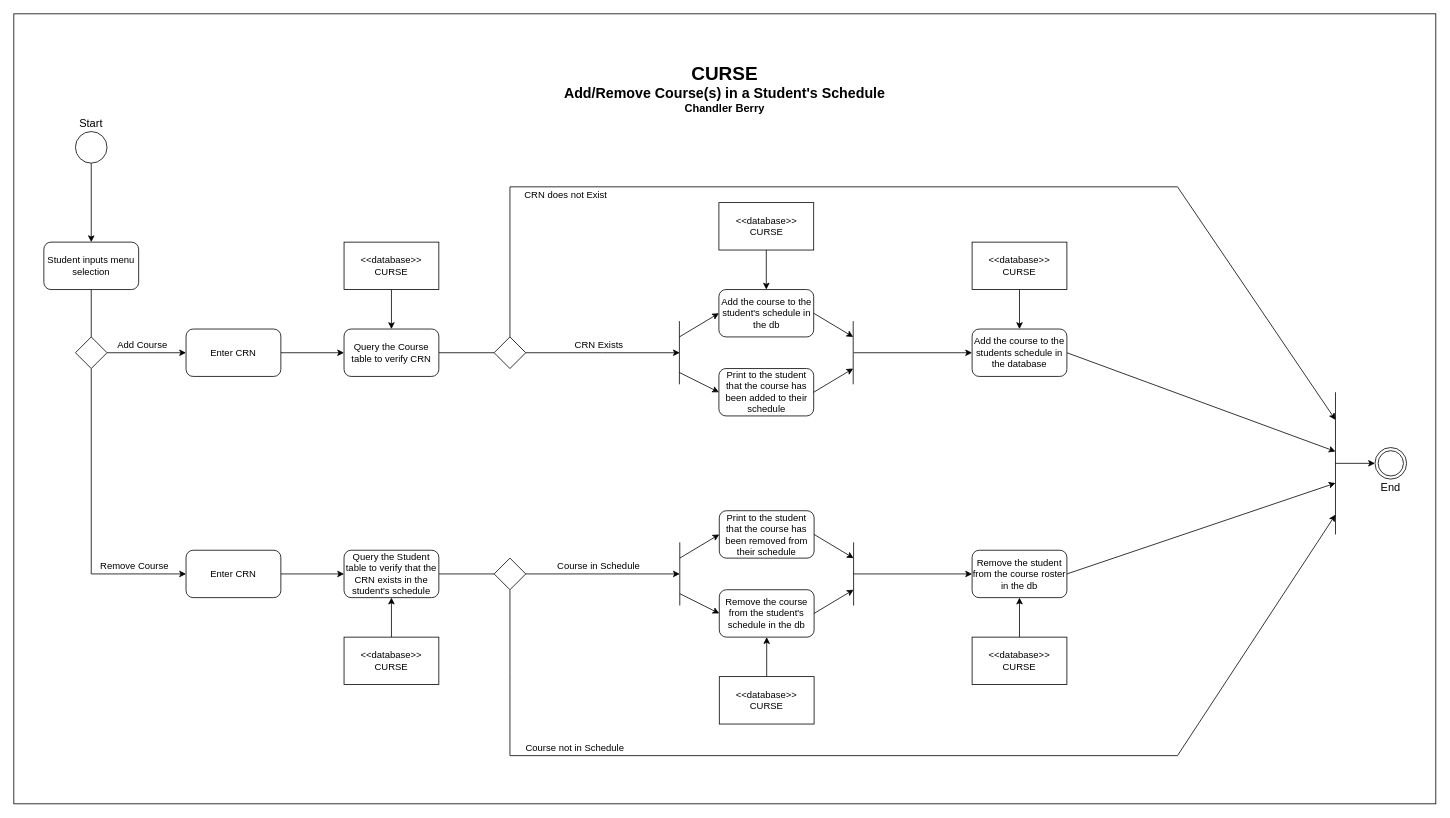
Before: models/AddRmCourse_Student.drawio in chandlerberry/CURSE, a draw.io diagram. Source tidied: cells renumbered, new cells numbered last; positions are measured from the earlier drawing's top-left corner, leaving out a move shared by most shapes. Both pictures are drawn from the tidied source at 79%, with x=0, y=0 at pixel (13, 13).
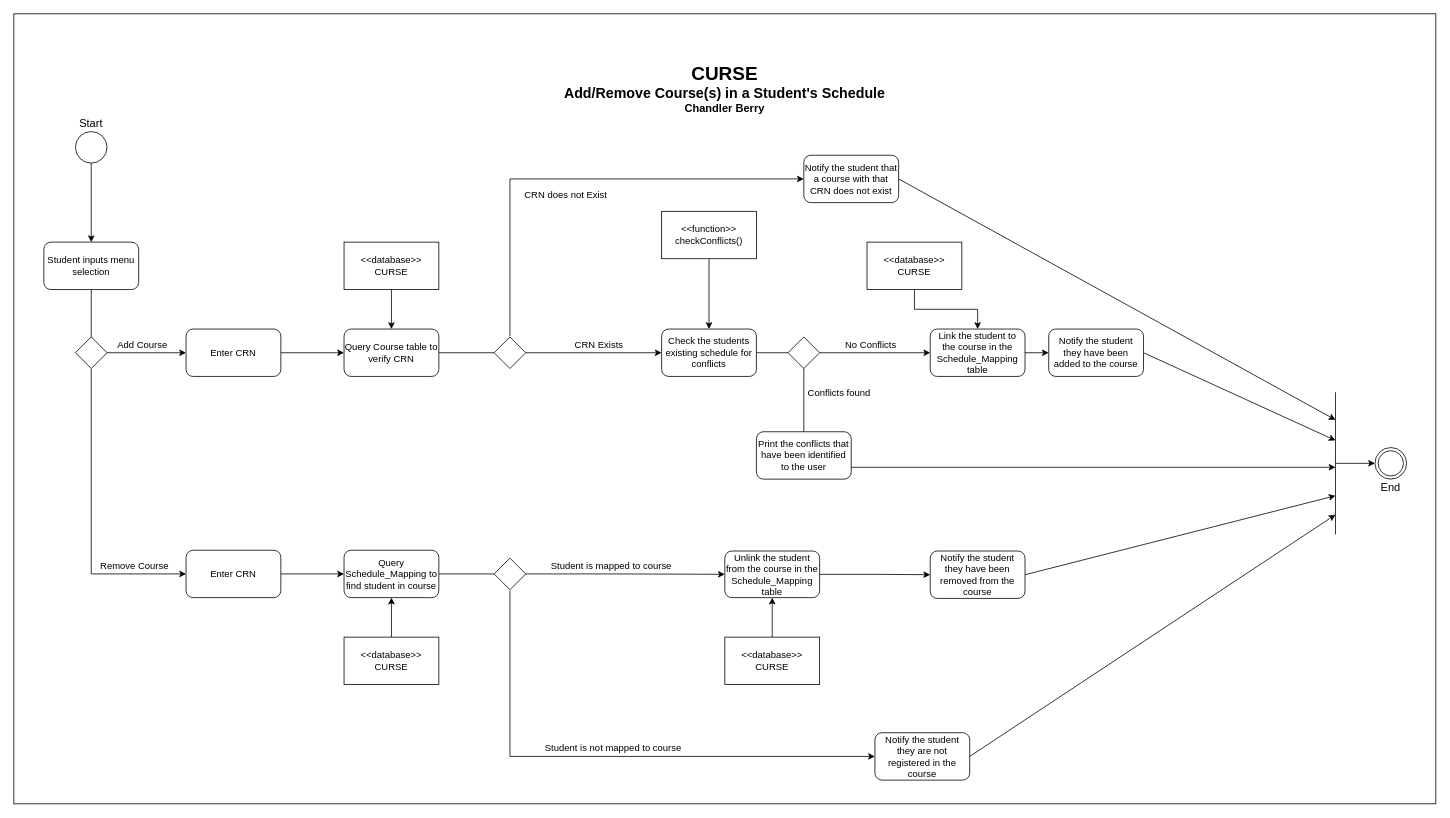
After the change.

Commit message (it also covers changes not shown here):
updated process models for add/rm courses and print roster

Unchanged cells that the change refers to:
```xml
<mxCell id="54" style="rhombus;whiteSpace=wrap;html=1;" parent="1" vertex="1">
  <mxGeometry x="608" y="689" width="40" height="40" as="geometry" />
</mxCell>
<mxCell id="56" style="rhombus;whiteSpace=wrap;html=1;" parent="1" vertex="1">
  <mxGeometry x="608" y="409" width="40" height="40" as="geometry" />
</mxCell>
```

Diff of the diagram source:
```diff
@@
-    <mxCell id="13" value="Query the Course table to verify CRN" style="rounded=1;whiteSpace=wrap;html=1;" parent="1" vertex="1">
+    <mxCell id="13" value="Query Course table to verify CRN" style="rounded=1;whiteSpace=wrap;html=1;" parent="1" vertex="1">
       <mxGeometry x="418" y="399" width="120" height="60" as="geometry" />
     </mxCell>
@@
-    <mxCell id="17" value="Query the Student table to verify that the CRN exists in the student's schedule" style="rounded=1;whiteSpace=wrap;html=1;" parent="1" vertex="1">
+    <mxCell id="17" value="Query Schedule_Mapping to find student in course" style="rounded=1;whiteSpace=wrap;html=1;" parent="1" vertex="1">
       <mxGeometry x="418" y="679" width="120" height="60" as="geometry" />
     </mxCell>
@@
-    <mxCell id="25" value="Print to the student that the course has been added to their schedule" style="rounded=1;whiteSpace=wrap;html=1;" parent="1" vertex="1">
-      <mxGeometry x="892.5" y="449" width="120" height="60" as="geometry" />
-    </mxCell>
-    <mxCell id="26" style="endArrow=none;html=1;fontSize=14;" parent="1" edge="1">
-      <mxGeometry relative="1" as="geometry">
-        <mxPoint x="842.5" y="469" as="sourcePoint" />
-        <mxPoint x="842.5" y="389" as="targetPoint" />
-      </mxGeometry>
-    </mxCell>
-    <mxCell id="27" style="endArrow=classic;html=1;fontSize=14;entryX=0;entryY=0.5;entryDx=0;entryDy=0;" parent="1" edge="1" target="29">
-      <mxGeometry relative="1" as="geometry">
-        <mxPoint x="842.5" y="409" as="sourcePoint" />
-      </mxGeometry>
-    </mxCell>
-    <mxCell id="28" style="endArrow=classic;html=1;fontSize=14;entryX=0;entryY=0.5;entryDx=0;entryDy=0;" parent="1" edge="1" target="25">
-      <mxGeometry relative="1" as="geometry">
-        <mxPoint x="842.5" y="454" as="sourcePoint" />
-      </mxGeometry>
-    </mxCell>
-    <mxCell id="29" value="Add the course to the student's schedule in the db" style="rounded=1;whiteSpace=wrap;html=1;" parent="1" vertex="1">
-      <mxGeometry x="892.5" y="349" width="120" height="60" as="geometry" />
+    <mxCell id="29" value="Link the student to the course in the Schedule_Mapping table" style="rounded=1;whiteSpace=wrap;html=1;" parent="1" vertex="1">
+      <mxGeometry x="1160" y="399" width="120" height="60" as="geometry" />
     </mxCell>
+    <mxCell id="74" style="edgeStyle=orthogonalEdgeStyle;rounded=0;jettySize=auto;html=1;exitX=1;exitY=0.5;exitDx=0;exitDy=0;entryX=0;entryY=0.5;entryDx=0;entryDy=0;" parent="1" edge="1" source="30" target="75">
+      <mxGeometry relative="1" as="geometry" />
+    </mxCell>
-    <mxCell id="30" value="Remove the course from the student's schedule in the db" style="rounded=1;whiteSpace=wrap;html=1;" parent="1" vertex="1">
-      <mxGeometry x="893" y="729" width="120" height="60" as="geometry" />
+    <mxCell id="30" value="Unlink the student from the course in the Schedule_Mapping table" style="rounded=1;whiteSpace=wrap;html=1;" parent="1" vertex="1">
+      <mxGeometry x="900" y="680" width="120" height="59" as="geometry" />
     </mxCell>
-    <mxCell id="31" style="endArrow=none;html=1;fontSize=14;" parent="1" edge="1">
-      <mxGeometry relative="1" as="geometry">
-        <mxPoint x="843" y="749" as="sourcePoint" />
-        <mxPoint x="843" y="669" as="targetPoint" />
-      </mxGeometry>
-    </mxCell>
-    <mxCell id="32" style="endArrow=classic;html=1;fontSize=14;entryX=0;entryY=0.5;entryDx=0;entryDy=0;" parent="1" edge="1" target="34">
-      <mxGeometry relative="1" as="geometry">
-        <mxPoint x="843" y="689" as="sourcePoint" />
-      </mxGeometry>
-    </mxCell>
-    <mxCell id="33" style="endArrow=classic;html=1;fontSize=14;entryX=0;entryY=0.5;entryDx=0;entryDy=0;" parent="1" edge="1" target="30">
-      <mxGeometry relative="1" as="geometry">
-        <mxPoint x="843" y="734" as="sourcePoint" />
-      </mxGeometry>
-    </mxCell>
-    <mxCell id="34" value="Print to the student that the course has been removed from their schedule" style="rounded=1;whiteSpace=wrap;html=1;" parent="1" vertex="1">
-      <mxGeometry x="893" y="629" width="120" height="60" as="geometry" />
-    </mxCell>
@@
     <mxCell id="36" value="&amp;lt;&amp;lt;database&amp;gt;&amp;gt;&lt;br&gt;CURSE" style="rounded=0;whiteSpace=wrap;html=1;" parent="1" vertex="1">
-      <mxGeometry x="892.5" y="239" width="120" height="60" as="geometry" />
+      <mxGeometry x="1080" y="289" width="120" height="60" as="geometry" />
     </mxCell>
@@
     <mxCell id="38" value="&amp;lt;&amp;lt;database&amp;gt;&amp;gt;&lt;br&gt;CURSE" style="rounded=0;whiteSpace=wrap;html=1;" parent="1" vertex="1">
-      <mxGeometry x="893" y="839" width="120" height="60" as="geometry" />
+      <mxGeometry x="900" y="789" width="120" height="60" as="geometry" />
     </mxCell>
-    <mxCell id="39" style="endArrow=none;html=1;fontSize=14;" parent="1" edge="1">
-      <mxGeometry relative="1" as="geometry">
-        <mxPoint x="1062.5" y="469" as="sourcePoint" />
-        <mxPoint x="1062.5" y="389" as="targetPoint" />
-      </mxGeometry>
-    </mxCell>
-    <mxCell id="40" style="endArrow=classic;html=1;fontSize=14;exitX=1;exitY=0.5;exitDx=0;exitDy=0;" parent="1" edge="1" source="29">
-      <mxGeometry relative="1" as="geometry">
-        <mxPoint x="1062.5" y="409" as="targetPoint" />
-      </mxGeometry>
-    </mxCell>
-    <mxCell id="41" style="endArrow=classic;html=1;fontSize=14;exitX=1;exitY=0.5;exitDx=0;exitDy=0;" parent="1" edge="1" source="25">
-      <mxGeometry relative="1" as="geometry">
-        <mxPoint x="1062.5" y="449" as="targetPoint" />
-      </mxGeometry>
-    </mxCell>
-    <mxCell id="42" style="endArrow=none;html=1;fontSize=14;" parent="1" edge="1">
-      <mxGeometry relative="1" as="geometry">
-        <mxPoint x="1063" y="749" as="sourcePoint" />
-        <mxPoint x="1063" y="669" as="targetPoint" />
-      </mxGeometry>
-    </mxCell>
-    <mxCell id="43" style="endArrow=classic;html=1;fontSize=14;exitX=1;exitY=0.5;exitDx=0;exitDy=0;" parent="1" edge="1" source="34">
-      <mxGeometry relative="1" as="geometry">
-        <mxPoint x="1063" y="689" as="targetPoint" />
-      </mxGeometry>
-    </mxCell>
-    <mxCell id="44" style="endArrow=classic;html=1;fontSize=14;exitX=1;exitY=0.5;exitDx=0;exitDy=0;" parent="1" edge="1" source="30">
-      <mxGeometry relative="1" as="geometry">
-        <mxPoint x="1063" y="729" as="targetPoint" />
-      </mxGeometry>
-    </mxCell>
@@
-    <mxCell id="46" style="endArrow=classic;html=1;fontSize=14;exitX=1;exitY=0.5;exitDx=0;exitDy=0;" parent="1" edge="1" source="66">
+    <mxCell id="46" style="endArrow=classic;html=1;fontSize=14;exitX=1;exitY=0.5;exitDx=0;exitDy=0;" parent="1" edge="1" source="75">
       <mxGeometry relative="1" as="geometry">
-        <mxPoint x="1673" y="594" as="targetPoint" />
+        <mxPoint x="1673" y="610" as="targetPoint" />
       </mxGeometry>
     </mxCell>
     <mxCell id="47" style="endArrow=classic;html=1;fontSize=14;exitX=1;exitY=0.5;exitDx=0;exitDy=0;" parent="1" edge="1" source="70">
       <mxGeometry relative="1" as="geometry">
-        <mxPoint x="1673" y="554" as="targetPoint" />
+        <mxPoint x="1673" y="540" as="targetPoint" />
       </mxGeometry>
     </mxCell>
@@
-    <mxCell id="52" style="edgeStyle=orthogonalEdgeStyle;rounded=0;jettySize=auto;html=1;" parent="1" edge="1" source="54">
-      <mxGeometry relative="1" as="geometry">
-        <mxPoint x="843" y="709" as="targetPoint" />
-      </mxGeometry>
+    <mxCell id="52" style="edgeStyle=orthogonalEdgeStyle;rounded=0;jettySize=auto;html=1;entryX=0;entryY=0.5;entryDx=0;entryDy=0;" parent="1" edge="1" source="54" target="30">
+      <mxGeometry relative="1" as="geometry" />
     </mxCell>
-    <mxCell id="53" style="edgeStyle=orthogonalEdgeStyle;rounded=0;jettySize=auto;html=1;endArrow=none;endFill=0;" parent="1" edge="1" source="54">
+    <mxCell id="53" style="edgeStyle=orthogonalEdgeStyle;rounded=0;orthogonalLoop=1;jettySize=auto;html=1;endArrow=none;endFill=0;" parent="1" edge="1">
       <mxGeometry relative="1" as="geometry">
-        <mxPoint x="628" y="939" as="targetPoint" />
+        <mxPoint x="628" y="730" as="sourcePoint" />
+        <mxPoint x="628" y="940" as="targetPoint" />
       </mxGeometry>
     </mxCell>
@@
     <mxCell id="55" style="edgeStyle=orthogonalEdgeStyle;rounded=0;jettySize=auto;html=1;" parent="1" edge="1" source="56">
       <mxGeometry relative="1" as="geometry">
-        <mxPoint x="843" y="429" as="targetPoint" />
+        <mxPoint x="820" y="429" as="targetPoint" />
       </mxGeometry>
     </mxCell>
@@
-    <mxCell id="57" value="Course in Schedule" style="text;html=1;strokeColor=none;fillColor=none;align=center;verticalAlign=middle;whiteSpace=wrap;rounded=0;" parent="1" vertex="1">
-      <mxGeometry x="673" y="689" width="135" height="20" as="geometry" />
+    <mxCell id="57" value="Student is mapped to course" style="text;html=1;strokeColor=none;fillColor=none;align=center;verticalAlign=middle;whiteSpace=wrap;rounded=0;" parent="1" vertex="1">
+      <mxGeometry x="673" y="689" width="167" height="20" as="geometry" />
     </mxCell>
@@
-    <mxCell id="59" style="endArrow=none;html=1;exitX=0.5;exitY=0;exitDx=0;exitDy=0;" parent="1" edge="1" source="56">
+    <mxCell id="59" style="endArrow=none;html=1;exitX=0.5;exitY=0;exitDx=0;exitDy=0;" parent="1" edge="1">
       <mxGeometry relative="1" as="geometry">
-        <mxPoint x="628" y="219" as="targetPoint" />
+        <mxPoint x="628" y="408" as="sourcePoint" />
+        <mxPoint x="628" y="209" as="targetPoint" />
       </mxGeometry>
     </mxCell>
-    <mxCell id="60" style="endArrow=none;html=1;" parent="1" edge="1">
-      <mxGeometry relative="1" as="geometry">
-        <mxPoint x="628" y="219" as="sourcePoint" />
-        <mxPoint x="1473" y="219" as="targetPoint" />
-      </mxGeometry>
-    </mxCell>
-    <mxCell id="61" style="endArrow=none;html=1;" parent="1" edge="1">
-      <mxGeometry relative="1" as="geometry">
-        <mxPoint x="628" y="939" as="sourcePoint" />
-        <mxPoint x="1473" y="939" as="targetPoint" />
-      </mxGeometry>
-    </mxCell>
-    <mxCell id="62" style="endArrow=classic;html=1;" parent="1" edge="1">
+    <mxCell id="62" style="endArrow=classic;html=1;exitX=1;exitY=0.5;exitDx=0;exitDy=0;" parent="1" edge="1" source="87">
       <mxGeometry relative="1" as="geometry">
-        <mxPoint x="1473" y="939" as="sourcePoint" />
         <mxPoint x="1673" y="634" as="targetPoint" />
       </mxGeometry>
     </mxCell>
-    <mxCell id="63" style="endArrow=classic;html=1;" parent="1" edge="1">
+    <mxCell id="63" style="endArrow=classic;html=1;exitX=1;exitY=0.5;exitDx=0;exitDy=0;" parent="1" edge="1" source="89">
       <mxGeometry relative="1" as="geometry">
-        <mxPoint x="1473" y="219" as="sourcePoint" />
         <mxPoint x="1673" y="514" as="targetPoint" />
       </mxGeometry>
     </mxCell>
-    <mxCell id="64" value="Course not in Schedule" style="text;html=1;strokeColor=none;fillColor=none;align=center;verticalAlign=middle;whiteSpace=wrap;rounded=0;" parent="1" vertex="1">
-      <mxGeometry x="638" y="919" width="145" height="20" as="geometry" />
+    <mxCell id="64" value="Student is not mapped to course" style="text;html=1;strokeColor=none;fillColor=none;align=center;verticalAlign=middle;whiteSpace=wrap;rounded=0;" parent="1" vertex="1">
+      <mxGeometry x="648" y="920" width="222" height="20" as="geometry" />
     </mxCell>
@@
-    <mxCell id="66" value="Remove the student from the course roster in the db" style="rounded=1;whiteSpace=wrap;html=1;" parent="1" vertex="1">
-      <mxGeometry x="1213" y="679" width="120" height="60" as="geometry" />
-    </mxCell>
-    <mxCell id="67" style="edgeStyle=orthogonalEdgeStyle;rounded=0;jettySize=auto;html=1;fontSize=14;" parent="1" edge="1" source="68" target="66">
-      <mxGeometry relative="1" as="geometry" />
-    </mxCell>
-    <mxCell id="68" value="&amp;lt;&amp;lt;database&amp;gt;&amp;gt;&lt;br&gt;CURSE" style="rounded=0;whiteSpace=wrap;html=1;" parent="1" vertex="1">
-      <mxGeometry x="1213" y="789" width="120" height="60" as="geometry" />
-    </mxCell>
-    <mxCell id="69" style="endArrow=classic;html=1;entryX=0;entryY=0.5;entryDx=0;entryDy=0;" parent="1" edge="1" target="66">
-      <mxGeometry relative="1" as="geometry">
-        <mxPoint x="1063" y="709" as="sourcePoint" />
-      </mxGeometry>
-    </mxCell>
-    <mxCell id="70" value="Add the course to the students schedule in the database" style="rounded=1;whiteSpace=wrap;html=1;" parent="1" vertex="1">
-      <mxGeometry x="1213" y="399" width="120" height="60" as="geometry" />
+    <mxCell id="70" value="Notify the student they have been added to the course" style="rounded=1;whiteSpace=wrap;html=1;" parent="1" vertex="1">
+      <mxGeometry x="1310" y="399" width="120" height="60" as="geometry" />
     </mxCell>
-    <mxCell id="71" style="edgeStyle=orthogonalEdgeStyle;rounded=0;jettySize=auto;html=1;fontSize=14;" parent="1" edge="1" source="72" target="70">
-      <mxGeometry relative="1" as="geometry" />
-    </mxCell>
-    <mxCell id="72" value="&amp;lt;&amp;lt;database&amp;gt;&amp;gt;&lt;br&gt;CURSE" style="rounded=0;whiteSpace=wrap;html=1;" parent="1" vertex="1">
-      <mxGeometry x="1213" y="289" width="120" height="60" as="geometry" />
-    </mxCell>
-    <mxCell id="73" style="endArrow=classic;html=1;entryX=0;entryY=0.5;entryDx=0;entryDy=0;" parent="1" edge="1" target="70">
-      <mxGeometry relative="1" as="geometry">
-        <mxPoint x="1063" y="429" as="sourcePoint" />
-      </mxGeometry>
+    <mxCell id="73" style="endArrow=classic;html=1;entryX=0;entryY=0.5;entryDx=0;entryDy=0;exitX=1;exitY=0.5;exitDx=0;exitDy=0;" parent="1" edge="1" source="29" target="70">
+      <mxGeometry relative="1" as="geometry" />
     </mxCell>
+    <mxCell id="75" value="Notify the student they have been removed from the course" style="rounded=1;whiteSpace=wrap;html=1;" parent="1" vertex="1">
+      <mxGeometry x="1160" y="680" width="120" height="60" as="geometry" />
+    </mxCell>
+    <mxCell id="76" style="edgeStyle=orthogonalEdgeStyle;rounded=0;jettySize=auto;html=1;exitX=1;exitY=0.5;exitDx=0;exitDy=0;entryX=0;entryY=0.5;entryDx=0;entryDy=0;endArrow=none;endFill=0;" parent="1" edge="1" source="77" target="81">
+      <mxGeometry relative="1" as="geometry" />
+    </mxCell>
+    <mxCell id="77" value="Check the students existing schedule for conflicts" style="rounded=1;whiteSpace=wrap;html=1;" parent="1" vertex="1">
+      <mxGeometry x="820" y="399" width="120" height="60" as="geometry" />
+    </mxCell>
+    <mxCell id="78" style="edgeStyle=orthogonalEdgeStyle;rounded=0;jettySize=auto;html=1;exitX=0.5;exitY=1;exitDx=0;exitDy=0;entryX=0.5;entryY=0;entryDx=0;entryDy=0;" parent="1" edge="1" source="79" target="77">
+      <mxGeometry relative="1" as="geometry" />
+    </mxCell>
+    <mxCell id="79" value="&amp;lt;&amp;lt;function&amp;gt;&amp;gt;&lt;br&gt;checkConflicts()" style="rounded=0;whiteSpace=wrap;html=1;" parent="1" vertex="1">
+      <mxGeometry x="820" y="250" width="120" height="60" as="geometry" />
+    </mxCell>
+    <mxCell id="80" style="edgeStyle=orthogonalEdgeStyle;rounded=0;jettySize=auto;html=1;exitX=1;exitY=0.5;exitDx=0;exitDy=0;entryX=0;entryY=0.5;entryDx=0;entryDy=0;" parent="1" edge="1" source="81" target="29">
+      <mxGeometry relative="1" as="geometry" />
+    </mxCell>
+    <mxCell id="81" style="rhombus;whiteSpace=wrap;html=1;" parent="1" vertex="1">
+      <mxGeometry x="980" y="409" width="40" height="40" as="geometry" />
+    </mxCell>
+    <mxCell id="82" value="No Conflicts" style="text;html=1;strokeColor=none;fillColor=none;align=center;verticalAlign=middle;whiteSpace=wrap;rounded=0;" parent="1" vertex="1">
+      <mxGeometry x="1050" y="409" width="70" height="20" as="geometry" />
+    </mxCell>
+    <mxCell id="83" style="endArrow=none;html=1;entryX=0.5;entryY=1;entryDx=0;entryDy=0;exitX=0.5;exitY=0;exitDx=0;exitDy=0;" parent="1" edge="1" source="85" target="81">
+      <mxGeometry relative="1" as="geometry" />
+    </mxCell>
+    <mxCell id="84" value="Conflicts found" style="text;html=1;strokeColor=none;fillColor=none;align=center;verticalAlign=middle;whiteSpace=wrap;rounded=0;" parent="1" vertex="1">
+      <mxGeometry x="1000" y="470" width="90" height="20" as="geometry" />
+    </mxCell>
+    <mxCell id="85" value="Print the conflicts that have been identified to the user" style="rounded=1;whiteSpace=wrap;html=1;" parent="1" vertex="1">
+      <mxGeometry x="940" y="529" width="120" height="60" as="geometry" />
+    </mxCell>
+    <mxCell id="86" style="endArrow=classic;html=1;exitX=1;exitY=0.75;exitDx=0;exitDy=0;" parent="1" edge="1" source="85">
+      <mxGeometry relative="1" as="geometry">
+        <mxPoint x="1673" y="574" as="targetPoint" />
+      </mxGeometry>
+    </mxCell>
+    <mxCell id="87" value="Notify the student they are not registered in the course" style="rounded=1;whiteSpace=wrap;html=1;" parent="1" vertex="1">
+      <mxGeometry x="1090" y="910" width="120" height="60" as="geometry" />
+    </mxCell>
+    <mxCell id="88" style="endArrow=classic;html=1;entryX=0;entryY=0.5;entryDx=0;entryDy=0;" parent="1" edge="1" target="87">
+      <mxGeometry relative="1" as="geometry">
+        <mxPoint x="628" y="940" as="sourcePoint" />
+      </mxGeometry>
+    </mxCell>
+    <mxCell id="89" value="Notify the student that a course with that CRN does not exist" style="rounded=1;whiteSpace=wrap;html=1;" parent="1" vertex="1">
+      <mxGeometry x="1000" y="179" width="120" height="60" as="geometry" />
+    </mxCell>
+    <mxCell id="90" style="endArrow=classic;html=1;entryX=0;entryY=0.5;entryDx=0;entryDy=0;" parent="1" edge="1" target="89">
+      <mxGeometry relative="1" as="geometry">
+        <mxPoint x="628" y="209" as="sourcePoint" />
+      </mxGeometry>
+    </mxCell>
```
